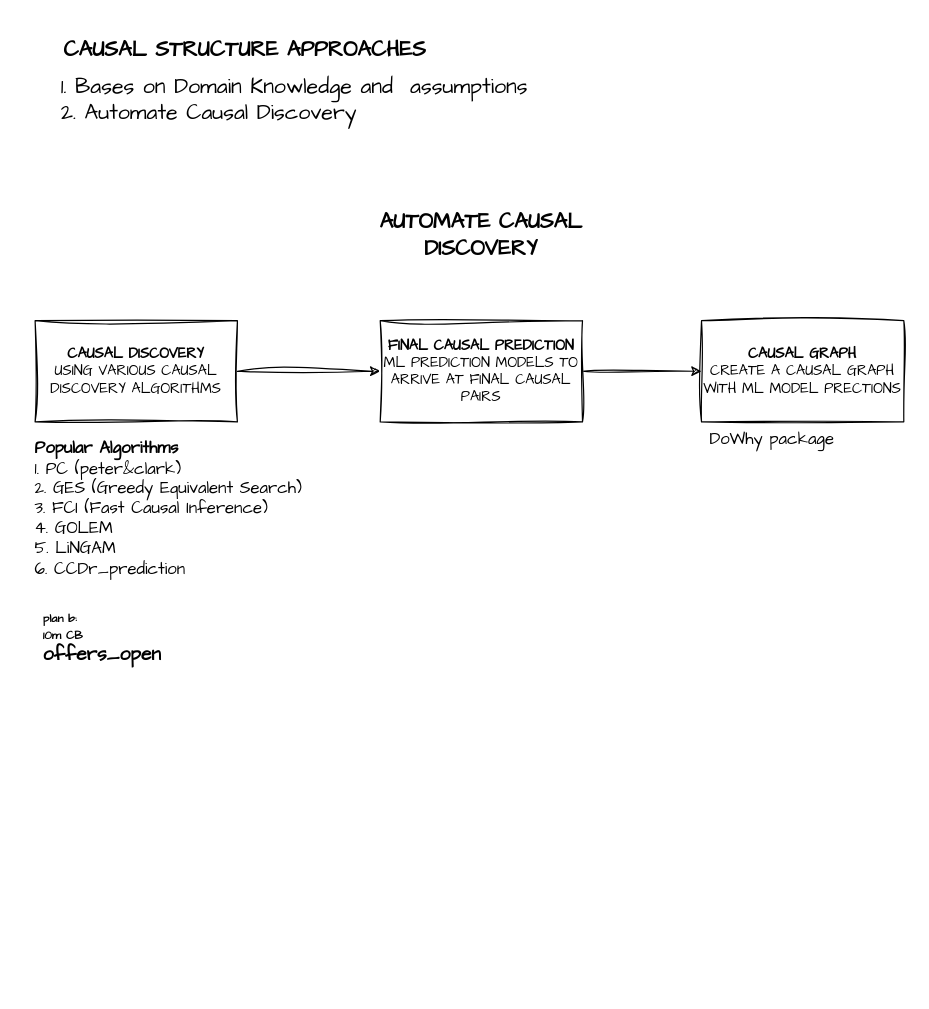
Before: page "Automated causal Discovery" (1 of 5) of causal_approach.drawio in Sanjaynarayan27/github_tut, a draw.io diagram. Source tidied: cells renumbered, new cells numbered last; positions are measured from the earlier drawing's top-left corner, leaving out a move shared by most shapes. Both pictures are drawn from the tidied source at 119%, with x=0, y=0 at pixel (32, 20).
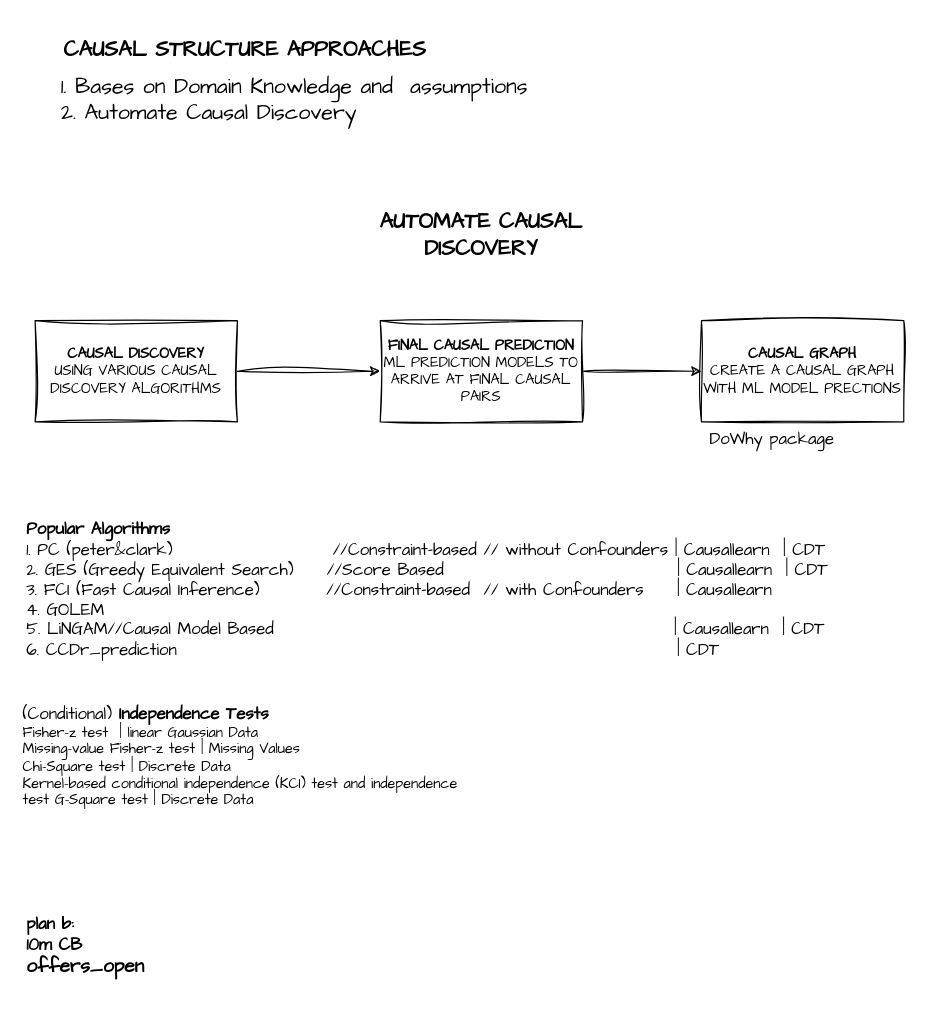
The same page after the edit.

Diff of the diagram source:
```diff
@@
 <mxGraphModel>
   <root>
     <mxCell id="0" />
     <mxCell id="1" parent="0" />
     <mxCell id="2" style="edgeStyle=orthogonalEdgeStyle;rounded=0;sketch=1;hachureGap=4;jiggle=2;curveFitting=1;jettySize=auto;html=1;exitX=1;exitY=0.5;exitDx=0;exitDy=0;fontFamily=Architects Daughter;" parent="1" edge="1" source="3" target="6">
       <mxGeometry relative="1" as="geometry" />
     </mxCell>
     <mxCell id="3" value="&lt;b&gt;CAUSAL DISCOVERY&lt;/b&gt;&lt;div&gt;USING VARIOUS CAUSAL DISCOVERY ALGORITHMS&lt;/div&gt;" style="rounded=0;whiteSpace=wrap;html=1;sketch=1;hachureGap=4;jiggle=2;curveFitting=1;fontFamily=Architects Daughter;" parent="1" vertex="1">
       <mxGeometry x="2" y="252" width="170" height="85" as="geometry" />
     </mxCell>
     <mxCell id="4" value="&lt;b&gt;&lt;font style=&quot;font-size: 18px;&quot;&gt;AUTOMATE CAUSAL DISCOVERY&lt;/font&gt;&lt;/b&gt;" style="text;html=1;align=center;verticalAlign=middle;whiteSpace=wrap;rounded=0;fontFamily=Architects Daughter;" parent="1" vertex="1">
       <mxGeometry x="282" y="162" width="190" height="35" as="geometry" />
     </mxCell>
     <mxCell id="5" style="edgeStyle=orthogonalEdgeStyle;rounded=0;sketch=1;hachureGap=4;jiggle=2;curveFitting=1;jettySize=auto;html=1;exitX=1;exitY=0.5;exitDx=0;exitDy=0;entryX=0;entryY=0.5;entryDx=0;entryDy=0;fontFamily=Architects Daughter;" parent="1" edge="1" source="6" target="7">
       <mxGeometry relative="1" as="geometry" />
     </mxCell>
     <mxCell id="6" value="&lt;b&gt;FINAL CAUSAL PREDICTION&lt;/b&gt;&lt;div&gt;ML PREDICTION MODELS TO ARRIVE AT FINAL CAUSAL PAIRS&lt;/div&gt;" style="rounded=0;whiteSpace=wrap;html=1;sketch=1;hachureGap=4;jiggle=2;curveFitting=1;fontFamily=Architects Daughter;" parent="1" vertex="1">
       <mxGeometry x="292" y="252" width="170" height="85" as="geometry" />
     </mxCell>
     <mxCell id="7" value="&lt;b&gt;CAUSAL GRAPH&lt;/b&gt;&lt;div&gt;CREATE A CAUSAL GRAPH WITH ML MODEL PRECTIONS&lt;/div&gt;" style="rounded=0;whiteSpace=wrap;html=1;sketch=1;hachureGap=4;jiggle=2;curveFitting=1;fontFamily=Architects Daughter;" parent="1" vertex="1">
       <mxGeometry x="562" y="252" width="170" height="85" as="geometry" />
     </mxCell>
     <mxCell id="8" value="&lt;span style=&quot;font-size: 18px;&quot;&gt;&lt;b&gt;CAUSAL STRUCTURE APPROACHES&lt;/b&gt;&lt;/span&gt;" style="text;html=1;align=center;verticalAlign=middle;whiteSpace=wrap;rounded=0;fontFamily=Architects Daughter;" parent="1" vertex="1">
       <mxGeometry x="7" y="6" width="343" height="35" as="geometry" />
     </mxCell>
     <mxCell id="9" value="&lt;span style=&quot;font-size: 18px;&quot;&gt;1. Bases on Domain Knowledge and&amp;nbsp; assumptions&lt;/span&gt;&lt;div&gt;&lt;span style=&quot;font-size: 18px;&quot;&gt;2. Automate Causal Discovery&lt;/span&gt;&lt;/div&gt;" style="text;html=1;align=left;verticalAlign=middle;whiteSpace=wrap;rounded=0;fontFamily=Architects Daughter;" parent="1" vertex="1">
       <mxGeometry x="22" width="489" height="132" as="geometry" />
     </mxCell>
-    <mxCell id="10" value="&lt;div&gt;&lt;font style=&quot;font-size: 14px;&quot;&gt;&lt;b&gt;&lt;font style=&quot;&quot;&gt;Popular &lt;/font&gt;&lt;font style=&quot;&quot;&gt;Algorithms&lt;/font&gt;&lt;/b&gt;&lt;/font&gt;&lt;/div&gt;&lt;div&gt;&lt;font style=&quot;font-size: 14px;&quot;&gt;1. PC (peter&amp;amp;clark)&lt;/font&gt;&lt;/div&gt;&lt;div&gt;&lt;font style=&quot;font-size: 14px;&quot;&gt;2. GES (Greedy Equivalent Search)&lt;/font&gt;&lt;/div&gt;&lt;div&gt;&lt;font style=&quot;font-size: 14px;&quot;&gt;3. FCI (Fast Causal Inference)&lt;/font&gt;&lt;/div&gt;&lt;div&gt;&lt;font style=&quot;font-size: 14px;&quot;&gt;4. GOLEM&lt;/font&gt;&lt;/div&gt;&lt;div&gt;&lt;font style=&quot;font-size: 14px;&quot;&gt;5. LiNGAM&lt;/font&gt;&lt;/div&gt;&lt;div&gt;&lt;font style=&quot;font-size: 14px;&quot;&gt;6. CCDr_prediction&lt;/font&gt;&lt;/div&gt;" style="text;html=1;align=left;verticalAlign=middle;whiteSpace=wrap;rounded=0;fontFamily=Architects Daughter;" parent="1" vertex="1">
-      <mxGeometry y="361" width="233" height="98" as="geometry" />
+    <mxCell id="10" value="&lt;div&gt;&lt;font style=&quot;font-size: 14px;&quot;&gt;&lt;b&gt;&lt;font style=&quot;&quot;&gt;Popular &lt;/font&gt;&lt;font style=&quot;&quot;&gt;Algorithms&lt;/font&gt;&lt;/b&gt;&lt;/font&gt;&lt;/div&gt;&lt;div&gt;&lt;font style=&quot;font-size: 14px;&quot;&gt;1. PC (peter&amp;amp;clark)&amp;nbsp; &amp;nbsp; &amp;nbsp; &amp;nbsp; &amp;nbsp; &amp;nbsp; &amp;nbsp; &amp;nbsp; &amp;nbsp; &amp;nbsp; &amp;nbsp; &amp;nbsp; //Constraint-based // without Confounders | Causallearn&amp;nbsp;&amp;nbsp;&lt;/font&gt;&lt;span style=&quot;font-size: 14px; background-color: initial;&quot;&gt;| CDT&lt;/span&gt;&lt;/div&gt;&lt;div&gt;&lt;font style=&quot;font-size: 14px;&quot;&gt;2. GES (Greedy Equivalent Search)&amp;nbsp; &amp;nbsp; &amp;nbsp;//Score Based&amp;nbsp; &amp;nbsp; &amp;nbsp; &amp;nbsp; &amp;nbsp; &amp;nbsp; &amp;nbsp; &amp;nbsp; &amp;nbsp; &amp;nbsp; &amp;nbsp; &amp;nbsp; &amp;nbsp; &amp;nbsp; &amp;nbsp; &amp;nbsp; &amp;nbsp; &amp;nbsp;&lt;/font&gt;&lt;span style=&quot;font-size: 14px; background-color: initial;&quot;&gt;| Causallearn&amp;nbsp;&amp;nbsp;&lt;/span&gt;&lt;span style=&quot;font-size: 14px; background-color: initial;&quot;&gt;| CDT&lt;/span&gt;&lt;/div&gt;&lt;div&gt;&lt;font style=&quot;font-size: 14px;&quot;&gt;3. FCI (Fast Causal Inference)&amp;nbsp; &amp;nbsp; &amp;nbsp; &amp;nbsp; &amp;nbsp; //Constraint-based&amp;nbsp; // with Confounders&amp;nbsp; &amp;nbsp; &amp;nbsp;&lt;/font&gt;&lt;span style=&quot;font-size: 14px; background-color: initial;&quot;&gt;| Causallearn&amp;nbsp;&amp;nbsp;&lt;/span&gt;&lt;/div&gt;&lt;div&gt;&lt;font style=&quot;font-size: 14px;&quot;&gt;4. GOLEM&amp;nbsp; &amp;nbsp; &amp;nbsp; &amp;nbsp; &amp;nbsp; &amp;nbsp; &amp;nbsp; &amp;nbsp; &amp;nbsp; &amp;nbsp; &amp;nbsp; &amp;nbsp; &amp;nbsp; &amp;nbsp; &amp;nbsp; &amp;nbsp; &amp;nbsp; &amp;nbsp; &amp;nbsp; &amp;nbsp; &amp;nbsp; &amp;nbsp; &amp;nbsp; &amp;nbsp; &amp;nbsp;&lt;/font&gt;&lt;/div&gt;&lt;div&gt;&lt;font style=&quot;font-size: 14px;&quot;&gt;5. LiNGAM//Causal Model Based&amp;nbsp; &amp;nbsp; &amp;nbsp; &amp;nbsp; &amp;nbsp; &amp;nbsp; &amp;nbsp; &amp;nbsp; &amp;nbsp; &amp;nbsp; &amp;nbsp; &amp;nbsp; &amp;nbsp; &amp;nbsp; &amp;nbsp; &amp;nbsp; &amp;nbsp; &amp;nbsp; &amp;nbsp; &amp;nbsp; &amp;nbsp; &amp;nbsp; &amp;nbsp; &amp;nbsp; &amp;nbsp; &amp;nbsp; &amp;nbsp; &amp;nbsp; &amp;nbsp; &amp;nbsp;&amp;nbsp;&lt;/font&gt;&lt;span style=&quot;font-size: 14px; background-color: initial;&quot;&gt;| Causallearn&amp;nbsp;&amp;nbsp;&lt;/span&gt;&lt;span style=&quot;background-color: initial; font-size: 14px;&quot;&gt;| CDT&lt;/span&gt;&lt;/div&gt;&lt;div&gt;&lt;font style=&quot;font-size: 14px;&quot;&gt;6. CCDr_prediction&amp;nbsp; &amp;nbsp; &amp;nbsp; &amp;nbsp; &amp;nbsp; &amp;nbsp; &amp;nbsp; &amp;nbsp; &amp;nbsp; &amp;nbsp; &amp;nbsp; &amp;nbsp; &amp;nbsp; &amp;nbsp; &amp;nbsp; &amp;nbsp; &amp;nbsp; &amp;nbsp; &amp;nbsp; &amp;nbsp; &amp;nbsp; &amp;nbsp; &amp;nbsp; &amp;nbsp; &amp;nbsp; &amp;nbsp; &amp;nbsp; &amp;nbsp; &amp;nbsp; &amp;nbsp; &amp;nbsp; &amp;nbsp; &amp;nbsp; &amp;nbsp; &amp;nbsp; &amp;nbsp; &amp;nbsp; &amp;nbsp;&lt;/font&gt;&lt;span style=&quot;background-color: initial; font-size: 14px;&quot;&gt;| CDT&lt;/span&gt;&lt;/div&gt;&lt;div&gt;&lt;span style=&quot;background-color: initial; font-size: 14px;&quot;&gt;&lt;br&gt;&lt;/span&gt;&lt;/div&gt;" style="text;html=1;align=left;verticalAlign=middle;whiteSpace=wrap;rounded=0;fontFamily=Architects Daughter;" parent="1" vertex="1">
+      <mxGeometry x="-7" y="417" width="744" height="140" as="geometry" />
     </mxCell>
     <mxCell id="11" value="&lt;span style=&quot;font-size: 14px;&quot;&gt;DoWhy package&lt;/span&gt;" style="text;html=1;align=center;verticalAlign=middle;whiteSpace=wrap;rounded=0;fontFamily=Architects Daughter;" parent="1" vertex="1">
       <mxGeometry x="562" y="337" width="119" height="30" as="geometry" />
     </mxCell>
-    <mxCell id="12" value="&lt;font style=&quot;font-size: 10px;&quot;&gt;&lt;b style=&quot;&quot;&gt;plan b:&lt;br&gt;10m CB&lt;/b&gt;&lt;/font&gt;&lt;div&gt;&lt;b style=&quot;&quot;&gt;&lt;font size=&quot;3&quot;&gt;offers_open&lt;/font&gt;&lt;/b&gt;&lt;/div&gt;" style="text;html=1;align=left;verticalAlign=middle;whiteSpace=wrap;rounded=0;fontFamily=Architects Daughter;" parent="1" vertex="1">
-      <mxGeometry x="7" y="483" width="190" height="72" as="geometry" />
+    <mxCell id="12" value="&lt;font style=&quot;&quot;&gt;&lt;b style=&quot;&quot;&gt;&lt;font style=&quot;font-size: 14px;&quot;&gt;plan b:&lt;/font&gt;&lt;br&gt;&lt;font style=&quot;font-size: 14px;&quot;&gt;10m CB&lt;/font&gt;&lt;/b&gt;&lt;/font&gt;&lt;div&gt;&lt;b style=&quot;&quot;&gt;&lt;font size=&quot;3&quot;&gt;offers_open&lt;/font&gt;&lt;/b&gt;&lt;/div&gt;" style="text;html=1;align=left;verticalAlign=middle;whiteSpace=wrap;rounded=0;fontFamily=Architects Daughter;" parent="1" vertex="1">
+      <mxGeometry x="-7" y="742" width="190" height="72" as="geometry" />
     </mxCell>
+    <mxCell id="13" value="&lt;font style=&quot;font-size: 14px;&quot;&gt;(Conditional) &lt;b&gt;Independence Tests&lt;/b&gt;&lt;/font&gt;&lt;div&gt;Fisher-z test&amp;nbsp; | linear Gaussian Data&amp;nbsp;&lt;/div&gt;&lt;div&gt;Missing-value Fisher-z test | Missing Values&lt;/div&gt;&lt;div&gt;Chi-Square test&amp;nbsp;&lt;span style=&quot;background-color: initial;&quot;&gt;| Discrete Data&lt;/span&gt;&lt;/div&gt;&lt;div&gt;Kernel-based conditional independence (KCI) test and independence&amp;nbsp;&lt;/div&gt;&lt;div&gt;test G-Square test&amp;nbsp;&lt;span style=&quot;background-color: initial;&quot;&gt;| Discrete Data&lt;/span&gt;&lt;br&gt;&lt;/div&gt;" style="text;html=1;align=left;verticalAlign=middle;whiteSpace=wrap;rounded=0;fontFamily=Architects Daughter;" parent="1" vertex="1">
+      <mxGeometry x="-10" y="557" width="422" height="123" as="geometry" />
+    </mxCell>
   </root>
 </mxGraphModel>
```
